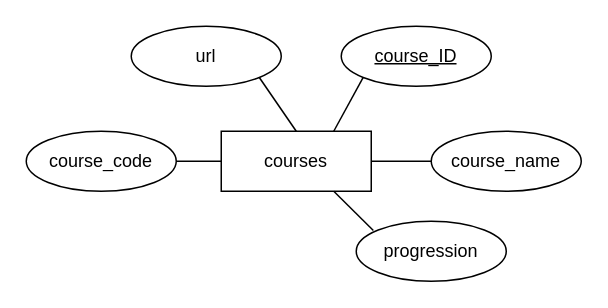
The draw.io diagram er-diagram.drawio in alvastern/laboration-1-backend, before the edit. Source tidied: cells renumbered, new cells numbered last; positions are measured from the earlier drawing's top-left corner, leaving out a move shared by most shapes. Both pictures are drawn from the tidied source at 150%, with x=0, y=0 at pixel (26, 26).
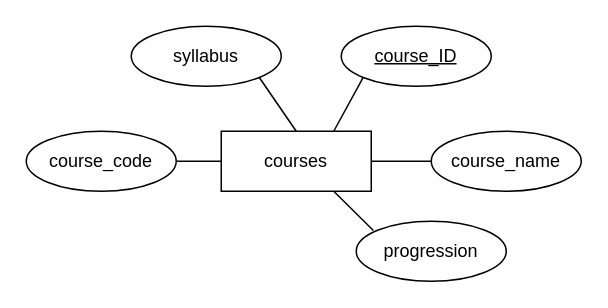
After the change.

The edit, as a diff of the source:
```diff
@@
 <mxGraphModel>
   <root>
     <mxCell id="0" />
     <mxCell id="1" parent="0" />
     <mxCell id="2" value="courses" style="whiteSpace=wrap;html=1;align=center;" parent="1" vertex="1">
       <mxGeometry x="130" y="70" width="100" height="40" as="geometry" />
     </mxCell>
     <mxCell id="3" value="course_ID" style="ellipse;whiteSpace=wrap;html=1;align=center;fontStyle=4;" parent="1" vertex="1">
       <mxGeometry x="210" width="100" height="40" as="geometry" />
     </mxCell>
     <mxCell id="4" value="course_name" style="ellipse;whiteSpace=wrap;html=1;align=center;" parent="1" vertex="1">
       <mxGeometry x="270" y="70" width="100" height="40" as="geometry" />
     </mxCell>
     <mxCell id="5" value="progression" style="ellipse;whiteSpace=wrap;html=1;align=center;" parent="1" vertex="1">
       <mxGeometry x="220" y="130" width="100" height="40" as="geometry" />
     </mxCell>
     <mxCell id="6" value="course_code" style="ellipse;whiteSpace=wrap;html=1;align=center;" parent="1" vertex="1">
       <mxGeometry y="70" width="100" height="40" as="geometry" />
     </mxCell>
-    <mxCell id="7" value="url" style="ellipse;whiteSpace=wrap;html=1;align=center;" parent="1" vertex="1">
+    <mxCell id="7" value="syllabus" style="ellipse;whiteSpace=wrap;html=1;align=center;" parent="1" vertex="1">
       <mxGeometry x="70" width="100" height="40" as="geometry" />
     </mxCell>
     <mxCell id="8" style="endArrow=none;html=1;rounded=0;entryX=0.114;entryY=0.154;entryDx=0;entryDy=0;entryPerimeter=0;exitX=0.75;exitY=1;exitDx=0;exitDy=0;" parent="1" edge="1" source="2" target="5">
       <mxGeometry relative="1" as="geometry" />
     </mxCell>
     <mxCell id="9" style="endArrow=none;html=1;rounded=0;entryX=0;entryY=0.5;entryDx=0;entryDy=0;exitX=1;exitY=0.5;exitDx=0;exitDy=0;" parent="1" edge="1" source="2" target="4">
       <mxGeometry relative="1" as="geometry" />
     </mxCell>
     <mxCell id="10" style="endArrow=none;html=1;rounded=0;entryX=0;entryY=1;entryDx=0;entryDy=0;exitX=0.75;exitY=0;exitDx=0;exitDy=0;" parent="1" edge="1" source="2" target="3">
       <mxGeometry relative="1" as="geometry" />
     </mxCell>
     <mxCell id="11" style="endArrow=none;html=1;rounded=0;exitX=1;exitY=1;exitDx=0;exitDy=0;entryX=0.5;entryY=0;entryDx=0;entryDy=0;" parent="1" edge="1" source="7" target="2">
       <mxGeometry relative="1" as="geometry" />
     </mxCell>
     <mxCell id="12" style="endArrow=none;html=1;rounded=0;exitX=1;exitY=0.5;exitDx=0;exitDy=0;entryX=0;entryY=0.5;entryDx=0;entryDy=0;" parent="1" edge="1" source="6" target="2">
       <mxGeometry relative="1" as="geometry" />
     </mxCell>
   </root>
 </mxGraphModel>
```
